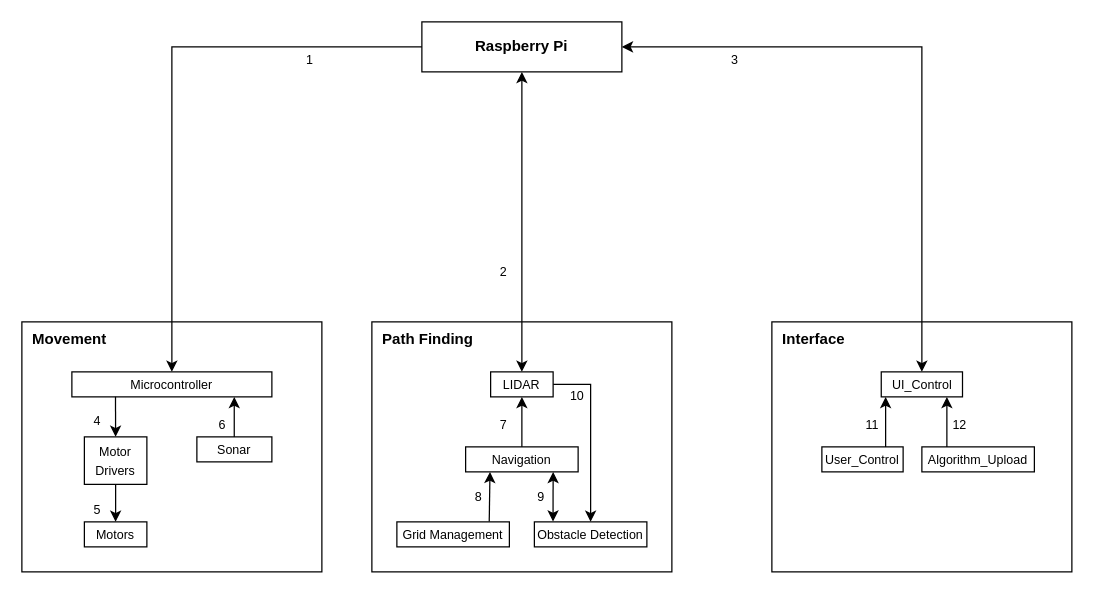
The draw.io diagram documentation/DetailedDesignSpecification/drawio/data_flow.drawio in tragicfall/Senior-Design, before the edit. Source tidied: cells renumbered, new cells numbered last; positions are measured from the earlier drawing's top-left corner, leaving out a move shared by most shapes. Both pictures are drawn from the tidied source at 125%, with x=0, y=0 at pixel (21, 21).
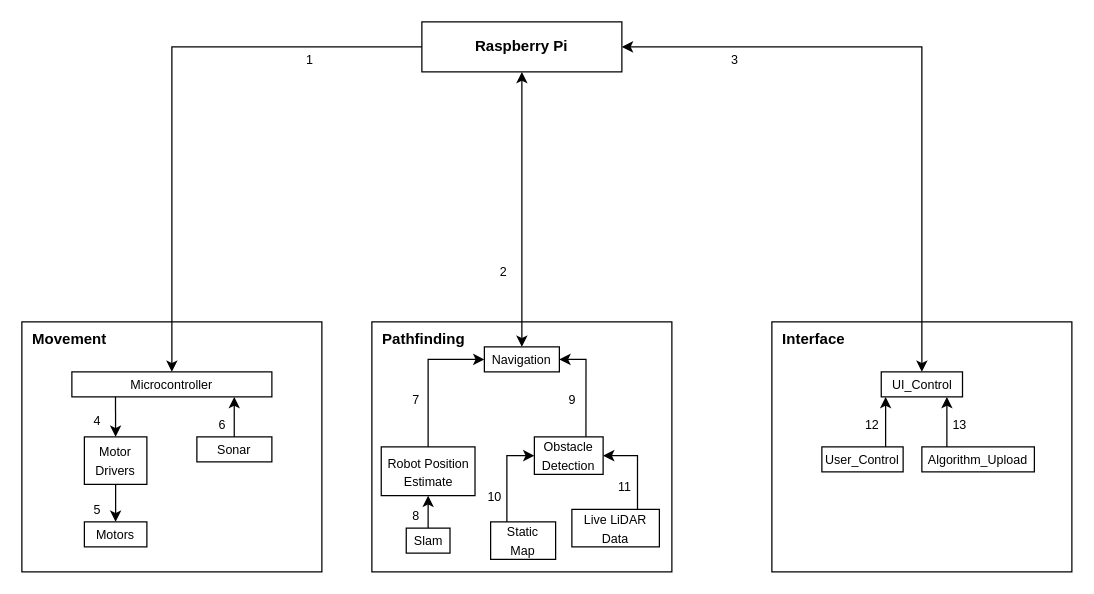
After the change.

Commit message (it also covers changes not shown here):
Updated data flow diagram

Diff of the diagram source:
```diff
@@
-    <mxCell id="4" value="&lt;b&gt;&amp;nbsp; Path Finding&lt;/b&gt;" style="rounded=0;whiteSpace=wrap;html=1;align=left;verticalAlign=top;" parent="1" vertex="1">
+    <mxCell id="4" value="&lt;b&gt;&amp;nbsp; Pathfinding&lt;/b&gt;" style="rounded=0;whiteSpace=wrap;html=1;align=left;verticalAlign=top;" parent="1" vertex="1">
       <mxGeometry x="280" y="240" width="240" height="200" as="geometry" />
     </mxCell>
@@
-    <mxCell id="8" style="edgeStyle=orthogonalEdgeStyle;rounded=0;jettySize=auto;html=1;exitX=1;exitY=0.5;exitDx=0;exitDy=0;entryX=0.5;entryY=0;entryDx=0;entryDy=0;" parent="1" edge="1" source="9" target="26">
-      <mxGeometry relative="1" as="geometry" />
-    </mxCell>
-    <mxCell id="9" value="&lt;font style=&quot;font-size: 10px;&quot;&gt;LIDAR&lt;/font&gt;" style="rounded=0;whiteSpace=wrap;html=1;" parent="1" vertex="1">
-      <mxGeometry x="375" y="280" width="50" height="20" as="geometry" />
+    <mxCell id="9" value="&lt;font style=&quot;font-size: 10px;&quot;&gt;Navigation&lt;/font&gt;" style="rounded=0;whiteSpace=wrap;html=1;" parent="1" vertex="1">
+      <mxGeometry x="370" y="260" width="60" height="20" as="geometry" />
     </mxCell>
-    <mxCell id="10" style="edgeStyle=orthogonalEdgeStyle;rounded=0;jettySize=auto;html=1;exitX=0.5;exitY=0;exitDx=0;exitDy=0;entryX=0.5;entryY=1;entryDx=0;entryDy=0;" parent="1" edge="1" source="11" target="9">
-      <mxGeometry relative="1" as="geometry" />
-    </mxCell>
-    <mxCell id="11" value="&lt;font style=&quot;font-size: 10px;&quot;&gt;Navigation&lt;/font&gt;" style="rounded=0;whiteSpace=wrap;html=1;" parent="1" vertex="1">
-      <mxGeometry x="355" y="340" width="90" height="20" as="geometry" />
-    </mxCell>
@@
-    <mxCell id="19" value="&lt;font style=&quot;font-size: 10px;&quot;&gt;11&lt;/font&gt;" style="text;html=1;align=center;verticalAlign=middle;strokeColor=none;fillColor=none;spacing=-3;" parent="1" vertex="1">
+    <mxCell id="19" value="&lt;font style=&quot;font-size: 10px;&quot;&gt;12&lt;/font&gt;" style="text;html=1;align=center;verticalAlign=middle;strokeColor=none;fillColor=none;spacing=-3;" parent="1" vertex="1">
       <mxGeometry x="670" y="312" width="20" height="20" as="geometry" />
     </mxCell>
-    <mxCell id="20" value="&lt;font style=&quot;font-size: 10px;&quot;&gt;12&lt;/font&gt;" style="text;html=1;align=center;verticalAlign=middle;strokeColor=none;fillColor=none;spacing=-3;" parent="1" vertex="1">
+    <mxCell id="20" value="&lt;font style=&quot;font-size: 10px;&quot;&gt;13&lt;/font&gt;" style="text;html=1;align=center;verticalAlign=middle;strokeColor=none;fillColor=none;spacing=-3;" parent="1" vertex="1">
       <mxGeometry x="740" y="312" width="20" height="20" as="geometry" />
     </mxCell>
@@
-    <mxCell id="24" value="&lt;font style=&quot;font-size: 10px;&quot;&gt;7&lt;/font&gt;" style="text;html=1;align=center;verticalAlign=middle;strokeColor=none;fillColor=none;spacing=-3;" parent="1" vertex="1">
-      <mxGeometry x="375" y="312" width="20" height="20" as="geometry" />
-    </mxCell>
-    <mxCell id="25" value="&lt;font style=&quot;font-size: 10px;&quot;&gt;Grid Management&lt;/font&gt;" style="rounded=0;whiteSpace=wrap;html=1;" parent="1" vertex="1">
-      <mxGeometry x="300" y="400" width="90" height="20" as="geometry" />
-    </mxCell>
-    <mxCell id="26" value="&lt;font style=&quot;font-size: 10px;&quot;&gt;Obstacle Detection&lt;/font&gt;" style="rounded=0;whiteSpace=wrap;html=1;" parent="1" vertex="1">
-      <mxGeometry x="410" y="400" width="90" height="20" as="geometry" />
-    </mxCell>
-    <mxCell id="27" style="edgeStyle=orthogonalEdgeStyle;rounded=0;jettySize=auto;html=1;exitX=0.166;exitY=-0.012;exitDx=0;exitDy=0;entryX=0.5;entryY=1;entryDx=0;entryDy=0;exitPerimeter=0;startArrow=classic;startFill=1;" parent="1" edge="1" source="26">
-      <mxGeometry relative="1" as="geometry">
-        <mxPoint x="425" y="360" as="targetPoint" />
-      </mxGeometry>
-    </mxCell>
-    <mxCell id="28" style="edgeStyle=orthogonalEdgeStyle;rounded=0;jettySize=auto;html=1;exitX=0.821;exitY=-0.017;exitDx=0;exitDy=0;entryX=0.5;entryY=1;entryDx=0;entryDy=0;exitPerimeter=0;" parent="1" edge="1" source="25">
-      <mxGeometry relative="1" as="geometry">
-        <mxPoint x="374.5" y="360" as="targetPoint" />
-      </mxGeometry>
-    </mxCell>
-    <mxCell id="29" value="&lt;span style=&quot;font-size: 10px;&quot;&gt;8&lt;/span&gt;" style="text;html=1;align=center;verticalAlign=middle;strokeColor=none;fillColor=none;spacing=-3;" parent="1" vertex="1">
-      <mxGeometry x="355" y="370" width="20" height="20" as="geometry" />
-    </mxCell>
-    <mxCell id="30" value="&lt;font style=&quot;font-size: 10px;&quot;&gt;9&lt;/font&gt;" style="text;html=1;align=center;verticalAlign=middle;strokeColor=none;fillColor=none;spacing=-3;" parent="1" vertex="1">
-      <mxGeometry x="405" y="370" width="20" height="20" as="geometry" />
-    </mxCell>
-    <mxCell id="31" value="&lt;font style=&quot;font-size: 10px;&quot;&gt;10&lt;/font&gt;" style="text;html=1;align=center;verticalAlign=middle;strokeColor=none;fillColor=none;spacing=-3;" parent="1" vertex="1">
-      <mxGeometry x="434" y="289" width="20" height="20" as="geometry" />
-    </mxCell>
@@
+    <mxCell id="41" style="edgeStyle=orthogonalEdgeStyle;rounded=0;jettySize=auto;html=1;exitX=0.75;exitY=0;exitDx=0;exitDy=0;entryX=1;entryY=0.5;entryDx=0;entryDy=0;" parent="1" edge="1" source="26" target="9">
+      <mxGeometry relative="1" as="geometry" />
+    </mxCell>
+    <mxCell id="26" value="&lt;font style=&quot;font-size: 10px;&quot;&gt;Obstacle&lt;/font&gt;&lt;div&gt;&lt;font style=&quot;font-size: 10px;&quot;&gt;Detection&lt;/font&gt;&lt;/div&gt;" style="rounded=0;whiteSpace=wrap;html=1;" parent="1" vertex="1">
+      <mxGeometry x="410" y="332" width="55" height="30" as="geometry" />
+    </mxCell>
+    <mxCell id="42" style="edgeStyle=orthogonalEdgeStyle;rounded=0;jettySize=auto;html=1;exitX=0.25;exitY=0;exitDx=0;exitDy=0;entryX=0;entryY=0.5;entryDx=0;entryDy=0;" parent="1" edge="1" source="43" target="26">
+      <mxGeometry relative="1" as="geometry" />
+    </mxCell>
+    <mxCell id="43" value="&lt;span style=&quot;font-size: 10px;&quot;&gt;Static&lt;/span&gt;&lt;div&gt;&lt;span style=&quot;font-size: 10px;&quot;&gt;Map&lt;/span&gt;&lt;/div&gt;" style="rounded=0;whiteSpace=wrap;html=1;" parent="1" vertex="1">
+      <mxGeometry x="375" y="400" width="52" height="30" as="geometry" />
+    </mxCell>
+    <mxCell id="44" style="edgeStyle=orthogonalEdgeStyle;rounded=0;jettySize=auto;html=1;exitX=0.75;exitY=0;exitDx=0;exitDy=0;entryX=1;entryY=0.5;entryDx=0;entryDy=0;" parent="1" edge="1" source="45" target="26">
+      <mxGeometry relative="1" as="geometry" />
+    </mxCell>
+    <mxCell id="45" value="&lt;span style=&quot;font-size: 10px;&quot;&gt;Live LiDAR&lt;/span&gt;&lt;div&gt;&lt;span style=&quot;font-size: 10px;&quot;&gt;Data&lt;/span&gt;&lt;/div&gt;" style="rounded=0;whiteSpace=wrap;html=1;" parent="1" vertex="1">
+      <mxGeometry x="440" y="390" width="70" height="30" as="geometry" />
+    </mxCell>
+    <mxCell id="46" style="edgeStyle=orthogonalEdgeStyle;rounded=0;jettySize=auto;html=1;exitX=0.5;exitY=0;exitDx=0;exitDy=0;entryX=0;entryY=0.5;entryDx=0;entryDy=0;" parent="1" edge="1" source="47" target="9">
+      <mxGeometry relative="1" as="geometry" />
+    </mxCell>
+    <mxCell id="47" value="&lt;span style=&quot;font-size: 10px;&quot;&gt;Robot Position&lt;/span&gt;&lt;div&gt;&lt;span style=&quot;font-size: 10px;&quot;&gt;Estimate&lt;/span&gt;&lt;/div&gt;" style="rounded=0;whiteSpace=wrap;html=1;" parent="1" vertex="1">
+      <mxGeometry x="287.5" y="340" width="75" height="39" as="geometry" />
+    </mxCell>
+    <mxCell id="48" style="edgeStyle=orthogonalEdgeStyle;rounded=0;jettySize=auto;html=1;exitX=0.5;exitY=0;exitDx=0;exitDy=0;entryX=0.5;entryY=1;entryDx=0;entryDy=0;" parent="1" edge="1" source="49" target="47">
+      <mxGeometry relative="1" as="geometry" />
+    </mxCell>
+    <mxCell id="49" value="&lt;font style=&quot;font-size: 10px;&quot;&gt;Slam&lt;/font&gt;" style="rounded=0;whiteSpace=wrap;html=1;" parent="1" vertex="1">
+      <mxGeometry x="307.5" y="405" width="35" height="20" as="geometry" />
+    </mxCell>
+    <mxCell id="30" value="&lt;font style=&quot;font-size: 10px;&quot;&gt;9&lt;/font&gt;" style="text;html=1;align=center;verticalAlign=middle;strokeColor=none;fillColor=none;spacing=-3;" parent="1" vertex="1">
+      <mxGeometry x="430" y="292" width="20" height="20" as="geometry" />
+    </mxCell>
+    <mxCell id="24" value="&lt;font style=&quot;font-size: 10px;&quot;&gt;7&lt;/font&gt;" style="text;html=1;align=center;verticalAlign=middle;strokeColor=none;fillColor=none;spacing=-3;" parent="1" vertex="1">
+      <mxGeometry x="304.5" y="292" width="20" height="20" as="geometry" />
+    </mxCell>
+    <mxCell id="29" value="&lt;font style=&quot;font-size: 10px;&quot;&gt;8&lt;/font&gt;" style="text;html=1;align=center;verticalAlign=middle;strokeColor=none;fillColor=none;spacing=-3;" parent="1" vertex="1">
+      <mxGeometry x="304.5" y="385" width="20" height="20" as="geometry" />
+    </mxCell>
+    <mxCell id="31" value="&lt;font style=&quot;font-size: 10px;&quot;&gt;10&lt;/font&gt;" style="text;html=1;align=center;verticalAlign=middle;strokeColor=none;fillColor=none;spacing=-3;" parent="1" vertex="1">
+      <mxGeometry x="368" y="370" width="20" height="20" as="geometry" />
+    </mxCell>
+    <mxCell id="50" value="&lt;font style=&quot;font-size: 10px;&quot;&gt;11&lt;/font&gt;" style="text;html=1;align=center;verticalAlign=middle;strokeColor=none;fillColor=none;spacing=-3;" parent="1" vertex="1">
+      <mxGeometry x="472" y="362" width="20" height="20" as="geometry" />
+    </mxCell>
```
